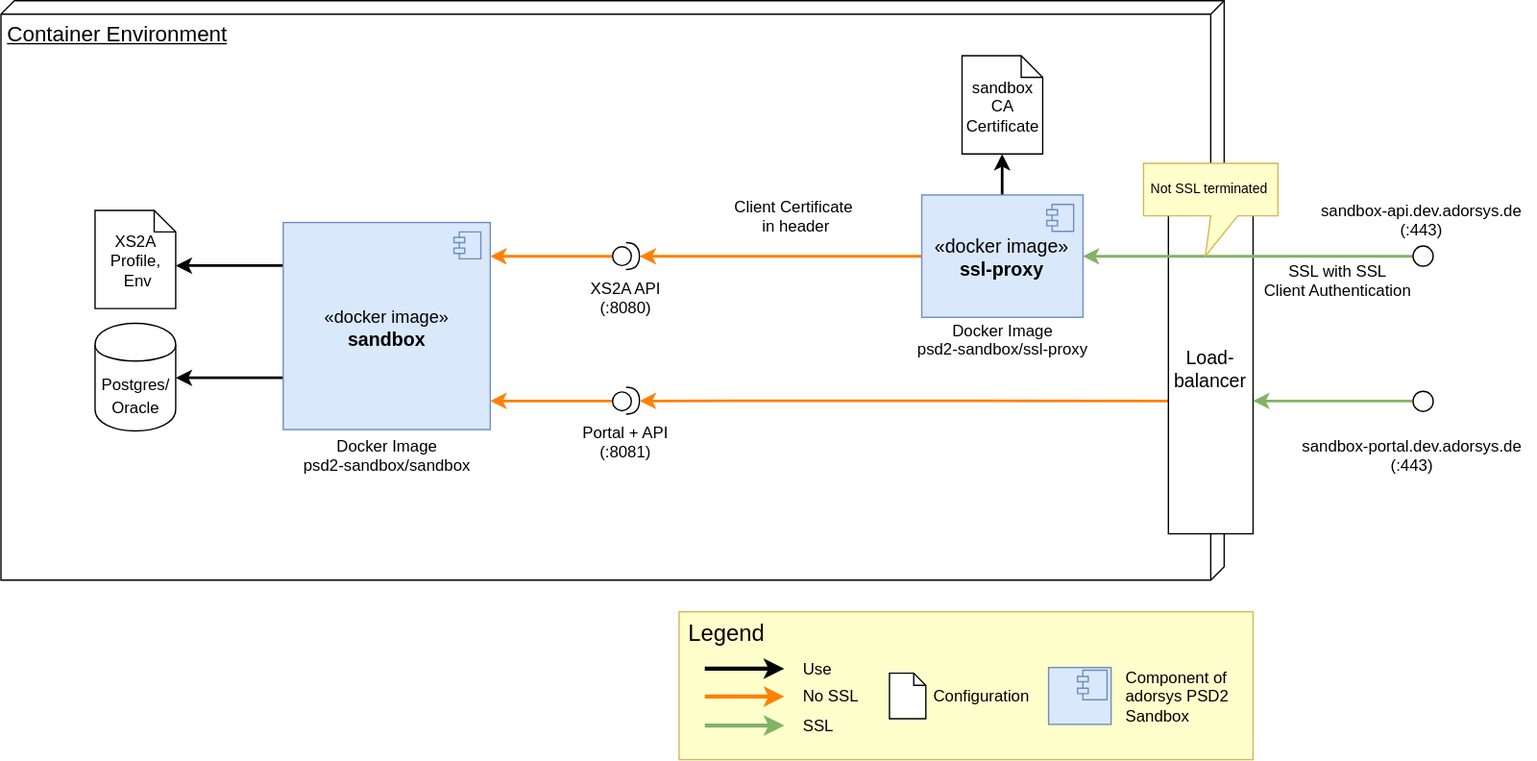
Above: arc42/images/deployment-view.svg in adorsys/psd2-accelerator (draw.io), before the change. Source tidied: cells renumbered, new cells last; positions are measured from the earlier drawing's top-left corner, leaving out a move shared by most shapes. The source it was exported from:
```xml
<mxGraphModel>
  <root>
    <mxCell id="0" />
    <mxCell id="1" parent="0" />
    <mxCell id="2" value="&lt;font style=&quot;font-size: 16px&quot;&gt;Container Environment&lt;/font&gt;" style="verticalAlign=top;align=left;spacingTop=8;spacingLeft=2;spacingRight=12;shape=cube;size=10;direction=south;fontStyle=4;html=1;fontSize=14;" parent="1" vertex="1">
      <mxGeometry width="910" height="431" as="geometry" />
    </mxCell>
    <mxCell id="3" style="edgeStyle=orthogonalEdgeStyle;html=1;jettySize=auto;rounded=0;strokeWidth=2;" parent="1" edge="1" source="5" target="13">
      <mxGeometry relative="1" as="geometry">
        <Array as="points">
          <mxPoint x="190" y="197" />
          <mxPoint x="190" y="197" />
        </Array>
      </mxGeometry>
    </mxCell>
    <mxCell id="4" style="edgeStyle=orthogonalEdgeStyle;rounded=0;html=1;jettySize=auto;exitX=0;exitY=0.75;strokeWidth=2;" parent="1" edge="1" source="5" target="7">
      <mxGeometry relative="1" as="geometry">
        <Array as="points">
          <mxPoint x="200" y="280" />
          <mxPoint x="200" y="280" />
        </Array>
      </mxGeometry>
    </mxCell>
    <mxCell id="5" value="&lt;font style=&quot;font-size: 13px&quot;&gt;&lt;span&gt;«&lt;/span&gt;docker image&lt;span&gt;»&lt;/span&gt;&lt;br&gt;&lt;/font&gt;&lt;b&gt;sandbox&lt;/b&gt;&lt;br style=&quot;font-size: 14px&quot;&gt;" style="html=1;fontSize=14;fillColor=#dae8fc;strokeColor=#6c8ebf;" parent="1" vertex="1">
      <mxGeometry x="210" y="165" width="154" height="154" as="geometry" />
    </mxCell>
    <mxCell id="6" style="shape=component;jettyWidth=8;jettyHeight=4;fillColor=#dae8fc;strokeColor=#6c8ebf;" parent="5" vertex="1">
      <mxGeometry x="1" width="20" height="20" relative="1" as="geometry">
        <mxPoint x="-27" y="7" as="offset" />
      </mxGeometry>
    </mxCell>
    <mxCell id="7" value="&lt;font style=&quot;font-size: 12px&quot;&gt;&lt;font style=&quot;font-size: 12px&quot;&gt;Postgres&lt;/font&gt;/&lt;br&gt;Oracle&lt;/font&gt;&lt;br style=&quot;font-size: 14px&quot;&gt;" style="shape=cylinder;whiteSpace=wrap;html=1;boundedLbl=1;backgroundOutline=1;fontSize=14;" parent="1" vertex="1">
      <mxGeometry x="70" y="240" width="60" height="80" as="geometry" />
    </mxCell>
    <mxCell id="8" style="edgeStyle=orthogonalEdgeStyle;rounded=0;html=1;entryX=1;entryY=0.5;entryPerimeter=0;jettySize=auto;fillColor=#f8cecc;strokeColor=#FF8000;strokeWidth=2;" parent="1" edge="1" source="11" target="15">
      <mxGeometry relative="1" as="geometry" />
    </mxCell>
    <mxCell id="9" value="Client&amp;nbsp;Certificate&lt;br&gt;&amp;nbsp;in header" style="text;html=1;align=center;verticalAlign=middle;labelBackgroundColor=#ffffff;" parent="8" vertex="1">
      <mxGeometry x="0.06" y="3" relative="1" as="geometry">
        <mxPoint x="16" y="-33" as="offset" />
      </mxGeometry>
    </mxCell>
    <mxCell id="10" style="edgeStyle=orthogonalEdgeStyle;rounded=0;html=1;jettySize=auto;strokeWidth=2;fontSize=14;" parent="1" edge="1" source="11" target="29">
      <mxGeometry relative="1" as="geometry" />
    </mxCell>
    <mxCell id="11" value="&lt;font&gt;«docker image»&lt;br&gt;&lt;/font&gt;&lt;b&gt;ssl-proxy&lt;/b&gt;" style="html=1;fontSize=14;fillColor=#dae8fc;strokeColor=#6c8ebf;" parent="1" vertex="1">
      <mxGeometry x="685" y="144.5" width="120" height="91" as="geometry" />
    </mxCell>
    <mxCell id="12" style="shape=component;jettyWidth=8;jettyHeight=4;fillColor=#dae8fc;strokeColor=#6c8ebf;" parent="11" vertex="1">
      <mxGeometry x="1" width="20" height="20" relative="1" as="geometry">
        <mxPoint x="-27" y="7" as="offset" />
      </mxGeometry>
    </mxCell>
    <mxCell id="13" value="&lt;div style=&quot;text-align: center; font-size: 12px;&quot;&gt;&lt;span style=&quot;font-size: 12px;&quot;&gt;XS2A Profile,&lt;br style=&quot;font-size: 12px;&quot;&gt;&amp;nbsp;&lt;/span&gt;&lt;span style=&quot;font-size: 12px;&quot;&gt;Env&lt;/span&gt;&lt;/div&gt;" style="shape=note;whiteSpace=wrap;html=1;backgroundOutline=1;fontSize=12;size=16;" parent="1" vertex="1">
      <mxGeometry x="70" y="156" width="60" height="73" as="geometry" />
    </mxCell>
    <mxCell id="14" style="edgeStyle=orthogonalEdgeStyle;rounded=0;html=1;jettySize=auto;fillColor=#f8cecc;strokeColor=#FF8000;strokeWidth=2;" parent="1" edge="1" source="15" target="5">
      <mxGeometry relative="1" as="geometry">
        <Array as="points">
          <mxPoint x="380" y="190" />
          <mxPoint x="380" y="190" />
        </Array>
      </mxGeometry>
    </mxCell>
    <mxCell id="15" value="XS2A API&lt;br&gt;(:8080)&lt;br&gt;" style="shape=providedRequiredInterface;html=1;verticalLabelPosition=bottom;verticalAlign=top;" parent="1" vertex="1">
      <mxGeometry x="455" y="180" width="20" height="20" as="geometry" />
    </mxCell>
    <mxCell id="16" style="edgeStyle=orthogonalEdgeStyle;rounded=0;html=1;jettySize=auto;fillColor=#f8cecc;strokeColor=#FF8000;strokeWidth=2;" parent="1" edge="1" source="17" target="5">
      <mxGeometry relative="1" as="geometry">
        <Array as="points">
          <mxPoint x="410" y="298" />
          <mxPoint x="410" y="298" />
        </Array>
      </mxGeometry>
    </mxCell>
    <mxCell id="17" value="Portal + API&lt;br&gt;(:8081)&lt;br&gt;" style="shape=providedRequiredInterface;html=1;verticalLabelPosition=bottom;verticalAlign=top;" parent="1" vertex="1">
      <mxGeometry x="455" y="287.5" width="20" height="20" as="geometry" />
    </mxCell>
    <mxCell id="18" style="edgeStyle=orthogonalEdgeStyle;rounded=0;html=1;entryX=1;entryY=0.5;entryPerimeter=0;jettySize=auto;orthogonalLoop=1;fillColor=#f8cecc;strokeColor=#FF8000;strokeWidth=2;" parent="1" edge="1">
      <mxGeometry relative="1" as="geometry">
        <mxPoint x="869" y="297.5" as="sourcePoint" />
        <mxPoint x="475.5" y="297.5" as="targetPoint" />
        <Array as="points">
          <mxPoint x="672.5" y="298" />
        </Array>
      </mxGeometry>
    </mxCell>
    <mxCell id="19" value="Load-&lt;br style=&quot;font-size: 14px;&quot;&gt;balancer" style="html=1;fontSize=14;" parent="1" vertex="1">
      <mxGeometry x="868.5" y="148.5" width="63" height="248" as="geometry" />
    </mxCell>
    <mxCell id="20" style="edgeStyle=orthogonalEdgeStyle;rounded=0;html=1;exitX=0;exitY=0.5;entryX=1;entryY=0.5;jettySize=auto;fillColor=#d5e8d4;strokeColor=#82b366;strokeWidth=2;" parent="1" edge="1" source="22" target="11">
      <mxGeometry relative="1" as="geometry">
        <Array as="points">
          <mxPoint x="910" y="190" />
          <mxPoint x="910" y="190" />
        </Array>
      </mxGeometry>
    </mxCell>
    <mxCell id="21" value="SSL with SSL &lt;br&gt;Client Authentication" style="text;html=1;align=center;verticalAlign=middle;labelBackgroundColor=#ffffff;" parent="20" vertex="1">
      <mxGeometry x="-0.05" y="3" relative="1" as="geometry">
        <mxPoint x="61" y="15" as="offset" />
      </mxGeometry>
    </mxCell>
    <mxCell id="22" style="ellipse;whiteSpace=wrap;html=1;verticalAlign=top;labelPosition=center;verticalLabelPosition=bottom;align=center;" parent="1" vertex="1">
      <mxGeometry x="1050" y="182.5" width="15" height="15" as="geometry" />
    </mxCell>
    <mxCell id="23" style="edgeStyle=orthogonalEdgeStyle;rounded=0;html=1;jettySize=auto;fillColor=#d5e8d4;strokeColor=#82b366;strokeWidth=2;" parent="1" edge="1" source="24" target="19">
      <mxGeometry relative="1" as="geometry">
        <Array as="points">
          <mxPoint x="1030" y="297" />
          <mxPoint x="1030" y="297" />
        </Array>
      </mxGeometry>
    </mxCell>
    <mxCell id="24" style="ellipse;whiteSpace=wrap;html=1;" parent="1" vertex="1">
      <mxGeometry x="1050" y="290" width="15" height="15" as="geometry" />
    </mxCell>
    <mxCell id="25" value="sandbox-api.dev.adorsys.de&lt;br&gt;(:443)" style="text;html=1;strokeColor=none;fillColor=none;align=center;verticalAlign=middle;whiteSpace=wrap;rounded=0;" parent="1" vertex="1">
      <mxGeometry x="971.5" y="128" width="170" height="70" as="geometry" />
    </mxCell>
    <mxCell id="26" value="sandbox-portal.dev.adorsys.de&lt;br&gt;(:443)" style="text;html=1;strokeColor=none;fillColor=none;align=center;verticalAlign=middle;whiteSpace=wrap;rounded=0;" parent="1" vertex="1">
      <mxGeometry x="965" y="317.5" width="170" height="40" as="geometry" />
    </mxCell>
    <mxCell id="27" value="Docker Image&lt;br&gt;psd2-sandbox/sandbox&lt;br&gt;" style="text;html=1;strokeColor=none;fillColor=none;align=center;verticalAlign=middle;whiteSpace=wrap;rounded=0;" parent="1" vertex="1">
      <mxGeometry x="184.5" y="327.5" width="205" height="20" as="geometry" />
    </mxCell>
    <mxCell id="28" value="Not SSL terminated&amp;nbsp;" style="shape=callout;whiteSpace=wrap;html=1;perimeter=calloutPerimeter;position2=0.46;fillColor=#FFFFCC;strokeColor=#d6b656;fontSize=10;" parent="1" vertex="1">
      <mxGeometry x="850" y="121" width="100" height="69" as="geometry" />
    </mxCell>
    <mxCell id="29" value="&lt;div style=&quot;text-align: center ; font-size: 12px&quot;&gt;sandbox CA Certificate&lt;/div&gt;" style="shape=note;whiteSpace=wrap;html=1;backgroundOutline=1;fontSize=12;size=16;" parent="1" vertex="1">
      <mxGeometry x="715" y="41" width="60" height="73" as="geometry" />
    </mxCell>
    <mxCell id="30" value="Docker Image&lt;br&gt;psd2-sandbox/ssl-proxy&lt;br&gt;" style="text;html=1;strokeColor=none;fillColor=none;align=center;verticalAlign=middle;whiteSpace=wrap;rounded=0;" parent="1" vertex="1">
      <mxGeometry x="642.5" y="242.2" width="205" height="20" as="geometry" />
    </mxCell>
    <mxCell id="31" style="group;" parent="1" vertex="1">
      <mxGeometry x="504.5" y="454.5" width="427" height="110" as="geometry" />
    </mxCell>
    <mxCell id="32" value="&lt;div style=&quot;text-align: left ; font-size: 17px&quot;&gt;&lt;span style=&quot;font-size: 17px&quot;&gt;&amp;nbsp;Legend&lt;/span&gt;&lt;/div&gt;" style="rounded=0;whiteSpace=wrap;html=1;fillColor=#FFFFCC;strokeColor=#d6b656;labelPosition=center;verticalLabelPosition=middle;align=left;verticalAlign=top;fontSize=17;" parent="31" vertex="1">
      <mxGeometry width="427" height="110" as="geometry" />
    </mxCell>
    <mxCell id="33" style="endArrow=classic;html=1;strokeWidth=3;fillColor=#f8cecc;strokeColor=#FF8000;" parent="31" edge="1">
      <mxGeometry relative="1" as="geometry">
        <mxPoint x="19.1" y="63" as="sourcePoint" />
        <mxPoint x="78.3" y="63" as="targetPoint" />
      </mxGeometry>
    </mxCell>
    <mxCell id="34" style="endArrow=classic;html=1;strokeWidth=3;fillColor=#d5e8d4;strokeColor=#82b366;" parent="31" edge="1">
      <mxGeometry relative="1" as="geometry">
        <mxPoint x="19.1" y="84.6" as="sourcePoint" />
        <mxPoint x="78.3" y="84.6" as="targetPoint" />
      </mxGeometry>
    </mxCell>
    <mxCell id="35" style="endArrow=classic;html=1;strokeWidth=3;fillColor=#ffffff;strokeColor=#000000;" parent="31" edge="1">
      <mxGeometry relative="1" as="geometry">
        <mxPoint x="19.1" y="42.3" as="sourcePoint" />
        <mxPoint x="78.3" y="42.3" as="targetPoint" />
      </mxGeometry>
    </mxCell>
    <mxCell id="36" style="shape=note;whiteSpace=wrap;html=1;backgroundOutline=1;fontSize=14;size=9;" parent="31" vertex="1">
      <mxGeometry x="156.5" y="45.7" width="27.1" height="33.8" as="geometry" />
    </mxCell>
    <mxCell id="37" value="Configuration" style="text;html=1;strokeColor=none;fillColor=none;align=left;verticalAlign=middle;whiteSpace=wrap;rounded=0;labelBackgroundColor=none;fontSize=12;" parent="31" vertex="1">
      <mxGeometry x="187.8" y="54.2" width="67.6" height="16.9" as="geometry" />
    </mxCell>
    <mxCell id="38" value="SSL" style="text;html=1;strokeColor=none;fillColor=none;align=left;verticalAlign=middle;whiteSpace=wrap;rounded=0;labelBackgroundColor=none;fontSize=12;" parent="31" vertex="1">
      <mxGeometry x="91" y="76.2" width="67.6" height="16.9" as="geometry" />
    </mxCell>
    <mxCell id="39" value="No SSL" style="text;html=1;strokeColor=none;fillColor=none;align=left;verticalAlign=middle;whiteSpace=wrap;rounded=0;labelBackgroundColor=none;fontSize=12;" parent="31" vertex="1">
      <mxGeometry x="91" y="54.2" width="67.6" height="16.9" as="geometry" />
    </mxCell>
    <mxCell id="40" value="Use" style="text;html=1;strokeColor=none;fillColor=none;align=left;verticalAlign=middle;whiteSpace=wrap;rounded=0;labelBackgroundColor=none;fontSize=12;" parent="31" vertex="1">
      <mxGeometry x="91" y="33.8" width="67.6" height="16.9" as="geometry" />
    </mxCell>
    <mxCell id="41" value="&lt;br style=&quot;font-size: 14px&quot;&gt;" style="html=1;fontSize=14;labelPosition=center;verticalLabelPosition=middle;align=center;verticalAlign=bottom;fillColor=#dae8fc;strokeColor=#6c8ebf;" parent="31" vertex="1">
      <mxGeometry x="274.9" y="41.5" width="46.5" height="42.3" as="geometry" />
    </mxCell>
    <mxCell id="42" style="shape=component;jettyWidth=8;jettyHeight=4;fillColor=#dae8fc;strokeColor=#6c8ebf;" parent="41" vertex="1">
      <mxGeometry x="1" width="22" height="22" relative="1" as="geometry">
        <mxPoint x="-25" y="2" as="offset" />
      </mxGeometry>
    </mxCell>
    <mxCell id="43" value="Component of adorsys PSD2 Sandbox" style="text;html=1;strokeColor=none;fillColor=none;align=left;verticalAlign=middle;whiteSpace=wrap;rounded=0;labelBackgroundColor=none;fontSize=12;" parent="31" vertex="1">
      <mxGeometry x="330.7" y="18.6" width="82.9" height="88" as="geometry" />
    </mxCell>
  </root>
</mxGraphModel>
```
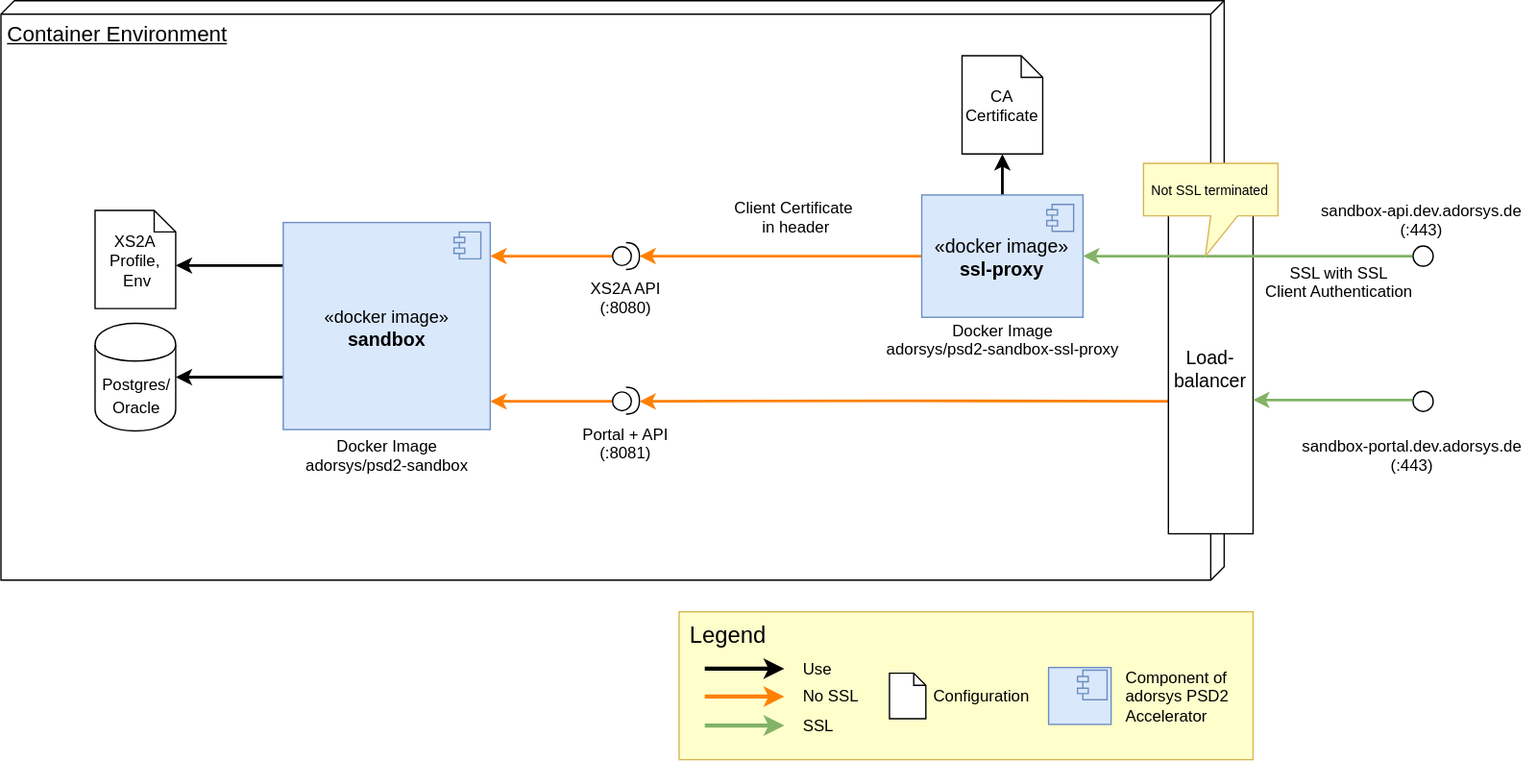
Above is the later version.

Diff of the diagram source:
```diff
@@ -121,16 +121,16 @@
     <mxCell id="26" value="sandbox-portal.dev.adorsys.de&lt;br&gt;(:443)" style="text;html=1;strokeColor=none;fillColor=none;align=center;verticalAlign=middle;whiteSpace=wrap;rounded=0;" parent="1" vertex="1">
       <mxGeometry x="965" y="317.5" width="170" height="40" as="geometry" />
     </mxCell>
-    <mxCell id="27" value="Docker Image&lt;br&gt;psd2-sandbox/sandbox&lt;br&gt;" style="text;html=1;strokeColor=none;fillColor=none;align=center;verticalAlign=middle;whiteSpace=wrap;rounded=0;" parent="1" vertex="1">
+    <mxCell id="27" value="Docker Image&lt;br&gt;adorsys/psd2-sandbox&lt;br&gt;" style="text;html=1;strokeColor=none;fillColor=none;align=center;verticalAlign=middle;whiteSpace=wrap;rounded=0;" parent="1" vertex="1">
       <mxGeometry x="184.5" y="327.5" width="205" height="20" as="geometry" />
     </mxCell>
     <mxCell id="28" value="Not SSL terminated&amp;nbsp;" style="shape=callout;whiteSpace=wrap;html=1;perimeter=calloutPerimeter;position2=0.46;fillColor=#FFFFCC;strokeColor=#d6b656;fontSize=10;" parent="1" vertex="1">
       <mxGeometry x="850" y="121" width="100" height="69" as="geometry" />
     </mxCell>
-    <mxCell id="29" value="&lt;div style=&quot;text-align: center ; font-size: 12px&quot;&gt;sandbox CA Certificate&lt;/div&gt;" style="shape=note;whiteSpace=wrap;html=1;backgroundOutline=1;fontSize=12;size=16;" parent="1" vertex="1">
+    <mxCell id="29" value="&lt;div style=&quot;text-align: center ; font-size: 12px&quot;&gt;CA Certificate&lt;/div&gt;" style="shape=note;whiteSpace=wrap;html=1;backgroundOutline=1;fontSize=12;size=16;" parent="1" vertex="1">
       <mxGeometry x="715" y="41" width="60" height="73" as="geometry" />
     </mxCell>
-    <mxCell id="30" value="Docker Image&lt;br&gt;psd2-sandbox/ssl-proxy&lt;br&gt;" style="text;html=1;strokeColor=none;fillColor=none;align=center;verticalAlign=middle;whiteSpace=wrap;rounded=0;" parent="1" vertex="1">
+    <mxCell id="30" value="Docker Image&lt;br&gt;adorsys/psd2-sandbox-ssl-proxy&lt;br&gt;" style="text;html=1;strokeColor=none;fillColor=none;align=center;verticalAlign=middle;whiteSpace=wrap;rounded=0;" parent="1" vertex="1">
       <mxGeometry x="642.5" y="242.2" width="205" height="20" as="geometry" />
     </mxCell>
     <mxCell id="31" style="group;" parent="1" vertex="1">
@@ -180,7 +180,7 @@
         <mxPoint x="-25" y="2" as="offset" />
       </mxGeometry>
     </mxCell>
-    <mxCell id="43" value="Component of adorsys PSD2 Sandbox" style="text;html=1;strokeColor=none;fillColor=none;align=left;verticalAlign=middle;whiteSpace=wrap;rounded=0;labelBackgroundColor=none;fontSize=12;" parent="31" vertex="1">
+    <mxCell id="43" value="Component of adorsys PSD2 Accelerator" style="text;html=1;strokeColor=none;fillColor=none;align=left;verticalAlign=middle;whiteSpace=wrap;rounded=0;labelBackgroundColor=none;fontSize=12;" parent="31" vertex="1">
       <mxGeometry x="330.7" y="18.6" width="82.9" height="88" as="geometry" />
     </mxCell>
   </root>
```
